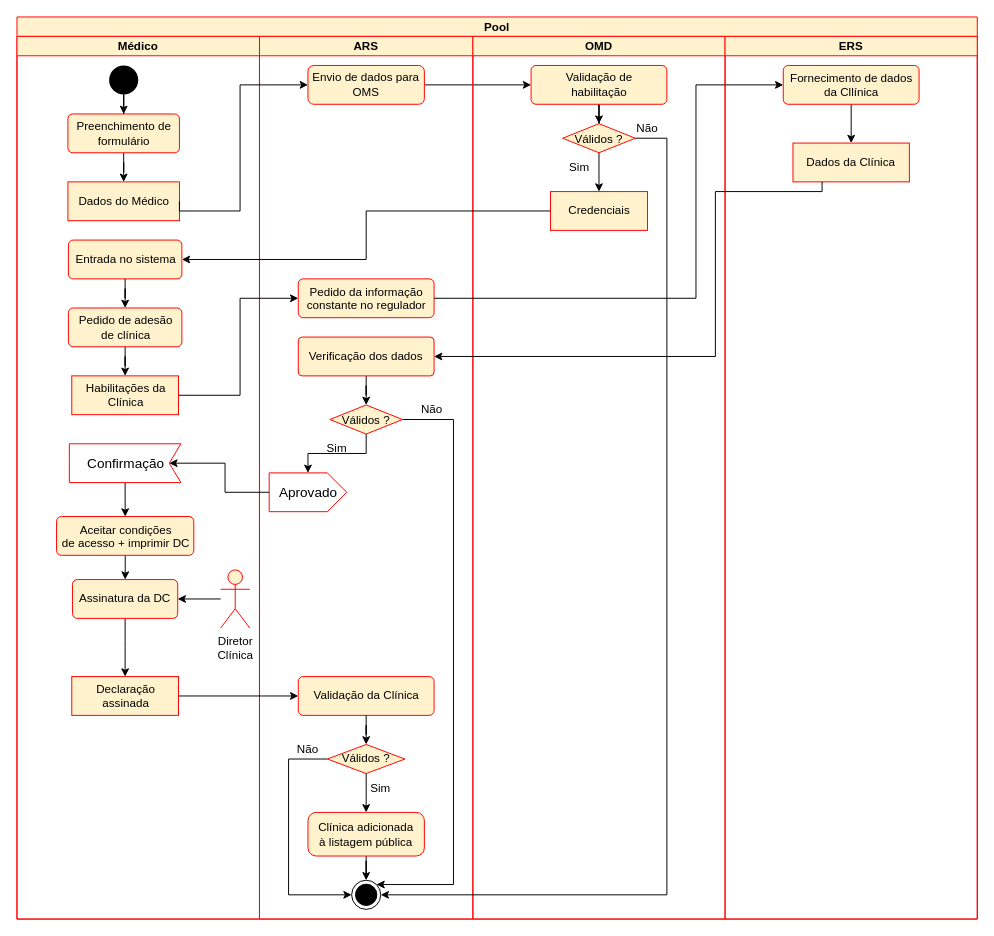
The draw.io diagram page "ex1_3" (2 of 3) of P/P1/P1.drawio in DavidAraujo98/AS, before the edit. Source tidied: cells renumbered, new cells numbered last; positions are measured from the earlier drawing's top-left corner, leaving out a move shared by most shapes. Both pictures are drawn from the tidied source at 97%, with x=0, y=0 at pixel (16, 16).
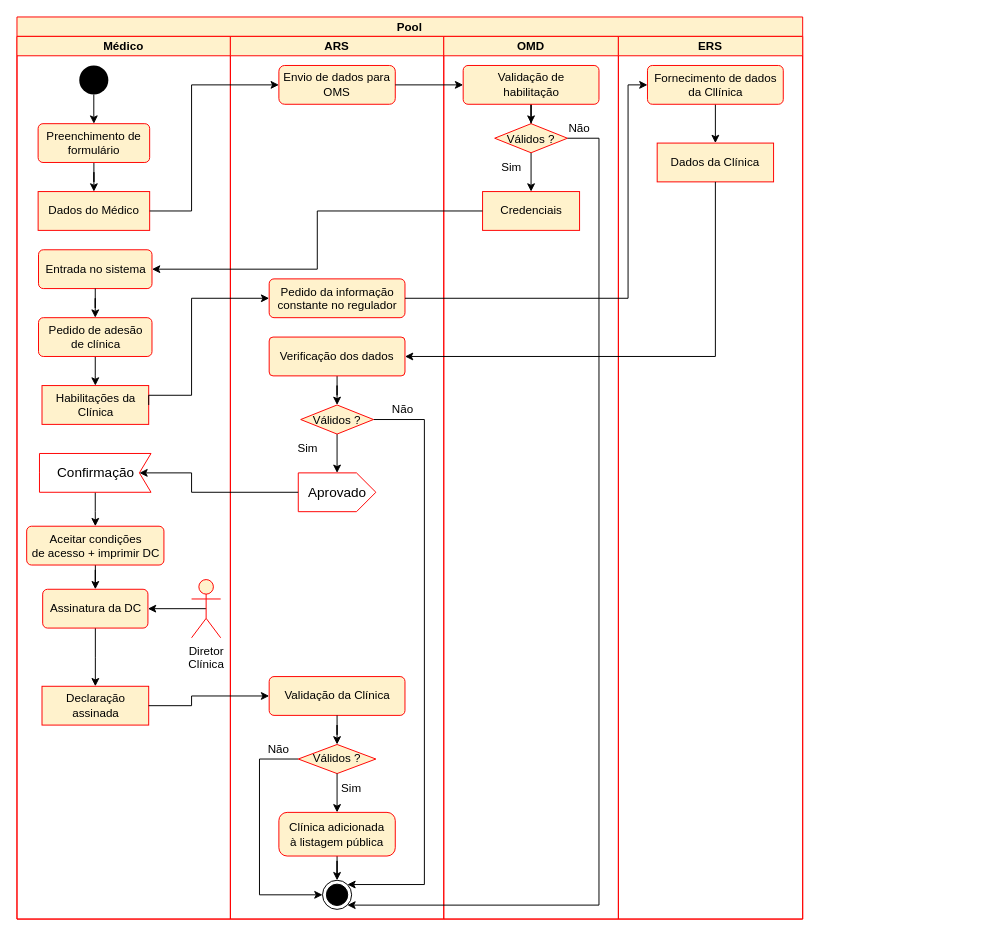
The same diagram, later.

The change refers to these unchanged cells:
```xml
<mxCell id="25" value="Envio de dados para OMS" style="rounded=1;whiteSpace=wrap;html=1;fillColor=#FFF2CC;strokeColor=#FF0000;verticalAlign=middle;" parent="24" vertex="1">
  <mxGeometry x="50" y="30" width="120" height="40" as="geometry" />
</mxCell>
<mxCell id="26" value="Pedido da informação&lt;br&gt;constante no regulador" style="html=1;align=center;verticalAlign=top;rounded=1;absoluteArcSize=1;arcSize=10;dashed=0;fontSize=12;strokeColor=#FF0000;fillColor=#FFF2CC;" parent="24" vertex="1">
  <mxGeometry x="40" y="250" width="140" height="40" as="geometry" />
</mxCell>
<mxCell id="28" value="Verificação dos dados" style="whiteSpace=wrap;html=1;verticalAlign=middle;fillColor=#FFF2CC;strokeColor=#FF0000;rounded=1;arcSize=10;dashed=0;" parent="24" vertex="1">
  <mxGeometry x="40" y="310" width="140" height="40" as="geometry" />
</mxCell>
<mxCell id="34" value="Validação da Clínica" style="html=1;align=center;verticalAlign=middle;rounded=1;absoluteArcSize=1;arcSize=10;dashed=0;fontSize=12;strokeColor=#FF0000;fillColor=#FFF2CC;" parent="24" vertex="1">
  <mxGeometry x="40" y="660" width="140" height="40" as="geometry" />
</mxCell>
<mxCell id="41" style="ellipse;html=1;shape=endState;fillColor=#000000;strokeColor=#000000;fontSize=12;" parent="24" vertex="1">
  <mxGeometry x="95" y="870" width="30" height="30" as="geometry" />
</mxCell>
```

Diff of the diagram source:
```diff
@@
     <mxCell id="2" value="Pool" style="swimlane;startSize=20;strokeColor=#FF0000;fillColor=#FFF2CC;align=center;verticalAlign=middle;" parent="1" vertex="1">
-      <mxGeometry width="990" height="930" as="geometry" />
+      <mxGeometry width="810" height="930" as="geometry" />
     </mxCell>
-    <mxCell id="3" style="edgeStyle=orthogonalEdgeStyle;rounded=0;jettySize=auto;html=1;exitX=1;exitY=0.5;exitDx=0;exitDy=0;entryX=0;entryY=0.5;entryDx=0;entryDy=0;" parent="2" edge="1" source="25" target="47">
-      <mxGeometry relative="1" as="geometry" />
-    </mxCell>
     <mxCell id="4" value="Médico" style="swimlane;startSize=20;strokeColor=#FF0000;fillColor=#FFF2CC;" parent="2" vertex="1">
-      <mxGeometry y="20" width="250" height="910" as="geometry" />
+      <mxGeometry y="20" width="220" height="910" as="geometry" />
     </mxCell>
-    <mxCell id="5" style="edgeStyle=orthogonalEdgeStyle;rounded=0;jettySize=auto;html=1;" parent="4" edge="1" source="6" target="8">
+    <mxCell id="5" style="edgeStyle=orthogonalEdgeStyle;rounded=0;jettySize=auto;html=1;exitX=0.5;exitY=1;exitDx=0;exitDy=0;" parent="4" edge="1" source="6" target="8">
       <mxGeometry relative="1" as="geometry" />
     </mxCell>
     <mxCell id="6" style="ellipse;fillColor=#000000;strokeColor=none;" parent="4" vertex="1">
-      <mxGeometry x="95" y="30" width="30" height="30" as="geometry" />
+      <mxGeometry x="64.2" y="30" width="30" height="30" as="geometry" />
     </mxCell>
@@
     <mxCell id="8" value="Preenchimento de&lt;br&gt;formulário" style="html=1;align=center;verticalAlign=middle;rounded=1;absoluteArcSize=1;arcSize=10;dashed=0;strokeColor=#FF0000;fillColor=#FFF2CC;" parent="4" vertex="1">
-      <mxGeometry x="52.5" y="80" width="115" height="40" as="geometry" />
+      <mxGeometry x="21.8" y="90" width="115" height="40" as="geometry" />
     </mxCell>
     <mxCell id="9" value="Dados do Médico" style="html=1;strokeColor=#FF0000;fillColor=#FFF2CC;verticalAlign=middle;" parent="4" vertex="1">
-      <mxGeometry x="52.5" y="150" width="115" height="40" as="geometry" />
+      <mxGeometry x="21.8" y="160" width="115" height="40" as="geometry" />
     </mxCell>
     <mxCell id="10" value="Entrada no sistema" style="html=1;align=center;verticalAlign=middle;rounded=1;absoluteArcSize=1;arcSize=10;dashed=0;fontSize=12;strokeColor=#FF0000;fillColor=#FFF2CC;" parent="4" vertex="1">
-      <mxGeometry x="53" y="210" width="117" height="40" as="geometry" />
+      <mxGeometry x="22.2" y="220" width="117" height="40" as="geometry" />
     </mxCell>
@@
     <mxCell id="12" value="Pedido de adesão&lt;br&gt;de clínica" style="html=1;align=center;verticalAlign=middle;rounded=1;absoluteArcSize=1;arcSize=10;dashed=0;fontSize=12;strokeColor=#FF0000;fillColor=#FFF2CC;" parent="4" vertex="1">
-      <mxGeometry x="53" y="280" width="117" height="40" as="geometry" />
+      <mxGeometry x="22.2" y="290" width="117" height="40" as="geometry" />
     </mxCell>
@@
     <mxCell id="14" value="Habilitações da&lt;br&gt;Clínica" style="html=1;fontSize=12;strokeColor=#FF0000;fillColor=#FFF2CC;" parent="4" vertex="1">
-      <mxGeometry x="56.5" y="350" width="110" height="40" as="geometry" />
+      <mxGeometry x="25.8" y="360" width="110" height="40" as="geometry" />
     </mxCell>
@@
     <mxCell id="16" value="Confirmação" style="html=1;shape=mxgraph.infographic.ribbonSimple;notch1=12;notch2=0;align=center;verticalAlign=middle;fontSize=14;fontStyle=0;flipH=1;fillColor=#FFFFFF;strokeColor=#FF0000;" parent="4" vertex="1">
-      <mxGeometry x="54" y="420" width="115" height="40" as="geometry" />
+      <mxGeometry x="23.2" y="430" width="115" height="40" as="geometry" />
     </mxCell>
@@
     <mxCell id="18" value="Aceitar condições&lt;br&gt;de acesso + imprimir DC" style="html=1;align=center;verticalAlign=top;rounded=1;absoluteArcSize=1;arcSize=10;dashed=0;fontSize=12;strokeColor=#FF0000;fillColor=#FFF2CC;" parent="4" vertex="1">
-      <mxGeometry x="40.8" y="495" width="141.5" height="40" as="geometry" />
+      <mxGeometry x="10" y="505" width="141.5" height="40" as="geometry" />
     </mxCell>
@@
     <mxCell id="20" value="Assinatura da DC" style="html=1;align=center;verticalAlign=middle;rounded=1;absoluteArcSize=1;arcSize=10;dashed=0;fontSize=12;strokeColor=#FF0000;fillColor=#FFF2CC;" parent="4" vertex="1">
-      <mxGeometry x="57.2" y="560" width="108.5" height="40" as="geometry" />
+      <mxGeometry x="26.5" y="570" width="108.5" height="40" as="geometry" />
     </mxCell>
-    <mxCell id="21" style="edgeStyle=orthogonalEdgeStyle;rounded=0;jettySize=auto;html=1;fontSize=12;" parent="4" edge="1" source="22" target="20">
+    <mxCell id="21" style="edgeStyle=orthogonalEdgeStyle;rounded=0;jettySize=auto;html=1;fontSize=12;exitX=0.5;exitY=0.5;exitDx=0;exitDy=0;exitPerimeter=0;" parent="4" edge="1" source="22" target="20">
       <mxGeometry relative="1" as="geometry" />
     </mxCell>
     <mxCell id="22" value="Diretor&lt;br&gt;Clínica" style="shape=umlActor;verticalLabelPosition=bottom;verticalAlign=top;html=1;fontSize=12;strokeColor=#FF0000;fillColor=#FFF2CC;" parent="4" vertex="1">
-      <mxGeometry x="210" y="550" width="30" height="60" as="geometry" />
+      <mxGeometry x="180" y="560" width="30" height="60" as="geometry" />
     </mxCell>
     <mxCell id="23" value="Declaração&lt;br&gt;assinada" style="html=1;fontSize=12;strokeColor=#FF0000;fillColor=#FFF2CC;" parent="4" vertex="1">
-      <mxGeometry x="56.5" y="660" width="110" height="40" as="geometry" />
+      <mxGeometry x="25.8" y="670" width="110" height="40" as="geometry" />
     </mxCell>
     <mxCell id="24" value="ARS" style="swimlane;startSize=20;strokeColor=#FF0000;fillColor=#FFF2CC;verticalAlign=middle;" parent="2" vertex="1">
-      <mxGeometry x="250" y="20" width="220" height="910" as="geometry" />
+      <mxGeometry x="220" y="20" width="220" height="910" as="geometry" />
     </mxCell>
@@
     <mxCell id="32" value="Aprovado" style="html=1;shape=mxgraph.infographic.ribbonSimple;notch1=0;notch2=20;align=center;verticalAlign=middle;fontSize=14;fontStyle=0;fillColor=#FFFFFF;strokeColor=#FF0000;" parent="24" vertex="1">
-      <mxGeometry x="10" y="450" width="80" height="40" as="geometry" />
+      <mxGeometry x="70" y="450" width="80" height="40" as="geometry" />
     </mxCell>
@@
     <mxCell id="45" value="OMD" style="swimlane;startSize=20;strokeColor=#FF0000;fillColor=#FFF2CC;" parent="2" vertex="1">
-      <mxGeometry x="470" y="20" width="260" height="910" as="geometry" />
+      <mxGeometry x="440" y="20" width="180" height="910" as="geometry" />
     </mxCell>
@@
     <mxCell id="47" value="Validação de&lt;br&gt;habilitação" style="html=1;align=center;verticalAlign=middle;rounded=1;absoluteArcSize=1;arcSize=10;dashed=0;strokeColor=#FF0000;fillColor=#FFF2CC;" parent="45" vertex="1">
-      <mxGeometry x="60" y="30" width="140" height="40" as="geometry" />
+      <mxGeometry x="20" y="30" width="140" height="40" as="geometry" />
     </mxCell>
@@
     <mxCell id="49" value="Válidos ?" style="rhombus;strokeColor=#FF0000;fillColor=#FFF2CC;verticalAlign=middle;" parent="45" vertex="1">
-      <mxGeometry x="92.5" y="90" width="75" height="30" as="geometry" />
+      <mxGeometry x="52.5" y="90" width="75" height="30" as="geometry" />
     </mxCell>
     <mxCell id="50" value="Credenciais" style="html=1;fontSize=12;strokeColor=#FF0000;fillColor=#FFF2CC;verticalAlign=middle;" parent="45" vertex="1">
-      <mxGeometry x="80" y="160" width="100" height="40" as="geometry" />
+      <mxGeometry x="40" y="160" width="100" height="40" as="geometry" />
     </mxCell>
     <mxCell id="51" value="Sim" style="text;html=1;strokeColor=none;fillColor=none;align=center;verticalAlign=middle;whiteSpace=wrap;rounded=0;fontSize=12;" parent="45" vertex="1">
-      <mxGeometry x="80" y="120" width="60" height="30" as="geometry" />
+      <mxGeometry x="40" y="120" width="60" height="30" as="geometry" />
     </mxCell>
     <mxCell id="52" value="Não" style="text;html=1;strokeColor=none;fillColor=none;align=center;verticalAlign=middle;whiteSpace=wrap;rounded=0;fontSize=12;" parent="45" vertex="1">
-      <mxGeometry x="150" y="80" width="60" height="30" as="geometry" />
+      <mxGeometry x="110" y="80" width="60" height="30" as="geometry" />
     </mxCell>
-    <mxCell id="53" style="edgeStyle=orthogonalEdgeStyle;rounded=0;jettySize=auto;html=1;exitX=1;exitY=0.5;exitDx=0;exitDy=0;entryX=0;entryY=0.5;entryDx=0;entryDy=0;fontSize=12;" parent="2" edge="1" source="9" target="25">
-      <mxGeometry relative="1" as="geometry">
-        <Array as="points">
-          <mxPoint x="230" y="200" />
-          <mxPoint x="230" y="70" />
-        </Array>
-      </mxGeometry>
-    </mxCell>
-    <mxCell id="54" style="edgeStyle=orthogonalEdgeStyle;rounded=0;jettySize=auto;html=1;exitX=0;exitY=0.5;exitDx=0;exitDy=0;entryX=1;entryY=0.5;entryDx=0;entryDy=0;fontSize=12;" parent="2" edge="1" source="50" target="10">
-      <mxGeometry relative="1" as="geometry" />
-    </mxCell>
-    <mxCell id="55" style="edgeStyle=orthogonalEdgeStyle;rounded=0;jettySize=auto;html=1;exitX=1;exitY=0.5;exitDx=0;exitDy=0;entryX=0;entryY=0.5;entryDx=0;entryDy=0;fontSize=12;" parent="2" edge="1" source="14" target="26">
-      <mxGeometry relative="1" as="geometry">
-        <Array as="points">
-          <mxPoint x="230" y="390" />
-          <mxPoint x="230" y="290" />
-        </Array>
-      </mxGeometry>
-    </mxCell>
-    <mxCell id="56" style="edgeStyle=orthogonalEdgeStyle;rounded=0;jettySize=auto;html=1;exitX=1;exitY=0.5;exitDx=0;exitDy=0;entryX=0;entryY=0.5;entryDx=0;entryDy=0;fontSize=12;" parent="2" edge="1" source="26" target="61">
-      <mxGeometry relative="1" as="geometry">
-        <Array as="points">
-          <mxPoint x="700" y="290" />
-          <mxPoint x="700" y="70" />
-        </Array>
-      </mxGeometry>
-    </mxCell>
     <mxCell id="57" value="ERS" style="swimlane;startSize=20;strokeColor=#FF0000;fillColor=#FFF2CC;" parent="2" vertex="1">
-      <mxGeometry x="730" y="20" width="260" height="910" as="geometry" />
+      <mxGeometry x="620" y="20" width="190" height="910" as="geometry" />
     </mxCell>
@@
     <mxCell id="61" value="Fornecimento de dados&lt;br&gt;da Cllínica" style="html=1;align=center;verticalAlign=top;rounded=1;absoluteArcSize=1;arcSize=10;dashed=0;fontSize=12;strokeColor=#FF0000;fillColor=#FFF2CC;" parent="57" vertex="1">
-      <mxGeometry x="60" y="30" width="140" height="40" as="geometry" />
+      <mxGeometry x="30" y="30" width="140" height="40" as="geometry" />
     </mxCell>
     <mxCell id="62" value="Dados da Clínica" style="whiteSpace=wrap;html=1;verticalAlign=middle;fillColor=#FFF2CC;strokeColor=#FF0000;rounded=1;arcSize=0;dashed=0;" parent="57" vertex="1">
-      <mxGeometry x="70" y="110" width="120" height="40" as="geometry" />
+      <mxGeometry x="40" y="110" width="120" height="40" as="geometry" />
     </mxCell>
+    <mxCell id="3" style="edgeStyle=orthogonalEdgeStyle;rounded=0;jettySize=auto;html=1;exitX=1;exitY=0.5;exitDx=0;exitDy=0;entryX=0;entryY=0.5;entryDx=0;entryDy=0;" parent="2" edge="1" source="25" target="47">
+      <mxGeometry relative="1" as="geometry" />
+    </mxCell>
+    <mxCell id="53" style="edgeStyle=orthogonalEdgeStyle;rounded=0;jettySize=auto;html=1;exitX=1;exitY=0.5;exitDx=0;exitDy=0;entryX=0;entryY=0.5;entryDx=0;entryDy=0;fontSize=12;" parent="2" edge="1" source="9" target="25">
+      <mxGeometry relative="1" as="geometry">
+        <Array as="points">
+          <mxPoint x="180" y="200" />
+          <mxPoint x="180" y="70" />
+        </Array>
+      </mxGeometry>
+    </mxCell>
+    <mxCell id="54" style="edgeStyle=orthogonalEdgeStyle;rounded=0;jettySize=auto;html=1;exitX=0;exitY=0.5;exitDx=0;exitDy=0;entryX=1;entryY=0.5;entryDx=0;entryDy=0;fontSize=12;" parent="2" edge="1" source="50" target="10">
+      <mxGeometry relative="1" as="geometry" />
+    </mxCell>
+    <mxCell id="55" style="edgeStyle=orthogonalEdgeStyle;rounded=0;jettySize=auto;html=1;exitX=1;exitY=0.5;exitDx=0;exitDy=0;entryX=0;entryY=0.5;entryDx=0;entryDy=0;fontSize=12;" parent="2" edge="1" source="14" target="26">
+      <mxGeometry relative="1" as="geometry">
+        <Array as="points">
+          <mxPoint x="136" y="390" />
+          <mxPoint x="180" y="390" />
+          <mxPoint x="180" y="290" />
+        </Array>
+      </mxGeometry>
+    </mxCell>
+    <mxCell id="56" style="edgeStyle=orthogonalEdgeStyle;rounded=0;jettySize=auto;html=1;exitX=1;exitY=0.5;exitDx=0;exitDy=0;entryX=0;entryY=0.5;entryDx=0;entryDy=0;fontSize=12;" parent="2" edge="1" source="26" target="61">
+      <mxGeometry relative="1" as="geometry">
+        <Array as="points">
+          <mxPoint x="630" y="290" />
+          <mxPoint x="630" y="70" />
+        </Array>
+      </mxGeometry>
+    </mxCell>
-    <mxCell id="63" style="edgeStyle=orthogonalEdgeStyle;rounded=0;jettySize=auto;html=1;fontSize=12;" parent="2" edge="1" source="62" target="28">
+    <mxCell id="63" style="edgeStyle=orthogonalEdgeStyle;rounded=0;jettySize=auto;html=1;fontSize=12;exitX=0.5;exitY=1;exitDx=0;exitDy=0;" parent="2" edge="1" source="62" target="28">
       <mxGeometry relative="1" as="geometry">
         <Array as="points">
-          <mxPoint x="830" y="180" />
-          <mxPoint x="720" y="180" />
           <mxPoint x="720" y="350" />
         </Array>
       </mxGeometry>
     </mxCell>
     <mxCell id="64" style="edgeStyle=orthogonalEdgeStyle;rounded=0;jettySize=auto;html=1;exitX=0;exitY=0;exitDx=0;exitDy=20;exitPerimeter=0;entryX=0;entryY=0;entryDx=12;entryDy=20;entryPerimeter=0;fontSize=12;" parent="2" edge="1" source="32" target="16">
-      <mxGeometry relative="1" as="geometry" />
+      <mxGeometry relative="1" as="geometry">
+        <Array as="points">
+          <mxPoint x="180" y="490" />
+          <mxPoint x="180" y="470" />
+        </Array>
+      </mxGeometry>
     </mxCell>
     <mxCell id="65" style="edgeStyle=orthogonalEdgeStyle;rounded=0;jettySize=auto;html=1;exitX=1;exitY=0.5;exitDx=0;exitDy=0;entryX=0;entryY=0.5;entryDx=0;entryDy=0;fontSize=12;" parent="2" edge="1" source="23" target="34">
-      <mxGeometry relative="1" as="geometry" />
+      <mxGeometry relative="1" as="geometry">
+        <Array as="points">
+          <mxPoint x="180" y="710" />
+          <mxPoint x="180" y="700" />
+        </Array>
+      </mxGeometry>
     </mxCell>
-    <mxCell id="66" style="edgeStyle=orthogonalEdgeStyle;rounded=0;jettySize=auto;html=1;exitX=1;exitY=0.5;exitDx=0;exitDy=0;entryX=1;entryY=0.5;entryDx=0;entryDy=0;fontSize=12;" parent="2" edge="1" source="49" target="41">
+    <mxCell id="66" style="edgeStyle=orthogonalEdgeStyle;rounded=0;jettySize=auto;html=1;exitX=1;exitY=0.5;exitDx=0;exitDy=0;fontSize=12;entryX=1;entryY=1;entryDx=0;entryDy=0;" parent="2" edge="1" source="49" target="41">
       <mxGeometry relative="1" as="geometry">
         <Array as="points">
-          <mxPoint x="670" y="125" />
-          <mxPoint x="670" y="905" />
+          <mxPoint x="600" y="125" />
+          <mxPoint x="600" y="916" />
         </Array>
       </mxGeometry>
     </mxCell>
```
